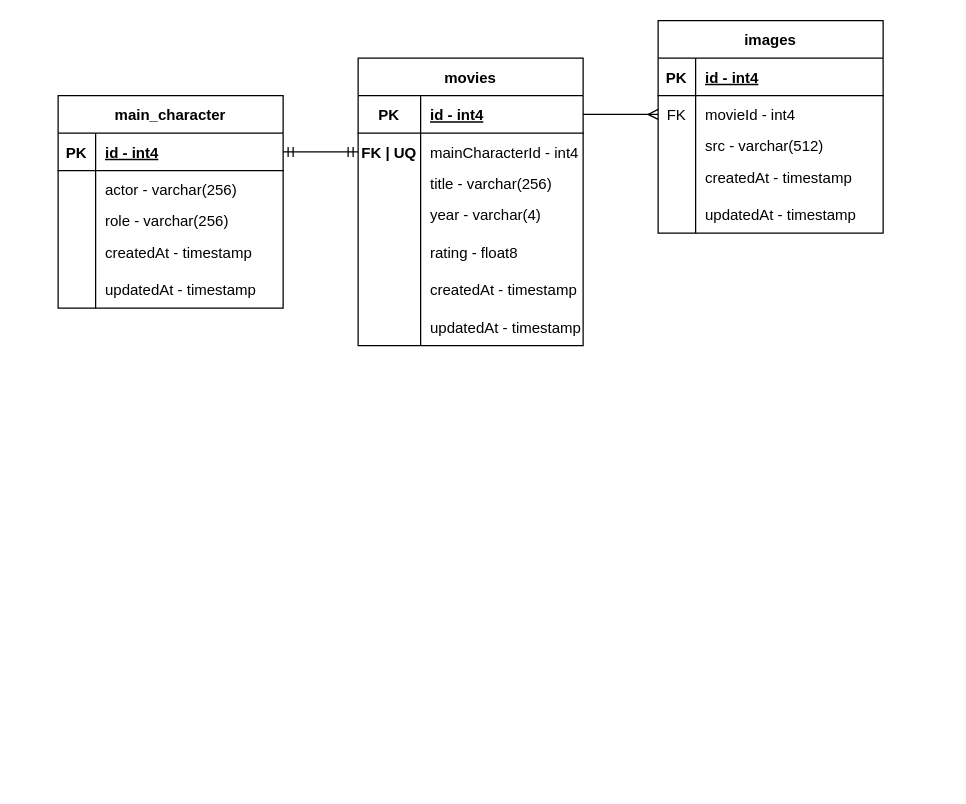
Before: sql/movies-schema.drawio in MatasA-commits/Node-express-server, a draw.io diagram. Source tidied: cells renumbered, new cells numbered last; positions are measured from the earlier drawing's top-left corner, leaving out a move shared by most shapes. Both pictures are drawn from the tidied source at 125%, with x=0, y=0 at pixel (58, 20).
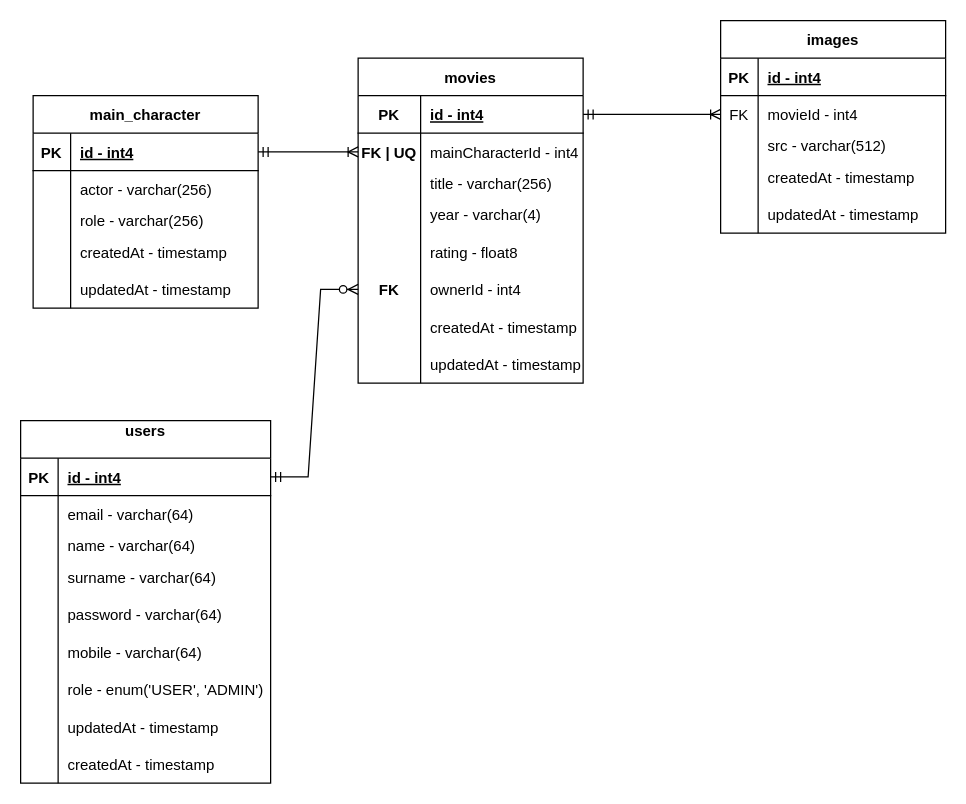
After the change.

Commit message (it also covers changes not shown here):
feat: added users reference to movies

The change refers to these unchanged cells:
```xml
<mxCell id="3" style="shape=tableRow;horizontal=0;startSize=0;swimlaneHead=0;swimlaneBody=0;fillColor=none;points=[[0,0.5],[1,0.5]];portConstraint=eastwest;top=0;left=0;right=0;bottom=1;" parent="2" vertex="1">
  <mxGeometry y="30" width="180" height="30" as="geometry" />
</mxCell>
<mxCell id="22" style="shape=tableRow;horizontal=0;startSize=0;swimlaneHead=0;swimlaneBody=0;fillColor=none;points=[[0,0.5],[1,0.5]];portConstraint=eastwest;top=0;left=0;right=0;bottom=0;" parent="18" vertex="1">
  <mxGeometry y="60" width="180" height="30" as="geometry" />
</mxCell>
<mxCell id="35" style="shape=tableRow;horizontal=0;startSize=0;swimlaneHead=0;swimlaneBody=0;fillColor=none;points=[[0,0.5],[1,0.5]];portConstraint=eastwest;top=0;left=0;right=0;bottom=1;" parent="34" vertex="1">
  <mxGeometry y="30" width="180" height="30" as="geometry" />
</mxCell>
<mxCell id="38" style="shape=tableRow;horizontal=0;startSize=0;swimlaneHead=0;swimlaneBody=0;fillColor=none;points=[[0,0.5],[1,0.5]];portConstraint=eastwest;top=0;left=0;right=0;bottom=0;" parent="34" vertex="1">
  <mxGeometry y="60" width="180" height="30" as="geometry" />
</mxCell>
```

What changed in the source:
```diff
@@
     <mxCell id="2" value="main_character" style="shape=table;startSize=30;childLayout=tableLayout;rowLines=0;fontStyle=1;align=center;" parent="1" vertex="1">
-      <mxGeometry y="60" width="180" height="170" as="geometry" />
+      <mxGeometry x="-20" y="60" width="180" height="170" as="geometry" />
     </mxCell>
@@
     <mxCell id="18" value="images" style="shape=table;startSize=30;childLayout=tableLayout;rowLines=0;fontStyle=1;align=center;" parent="1" vertex="1">
-      <mxGeometry x="480" width="180" height="170" as="geometry" />
+      <mxGeometry x="530" width="180" height="170" as="geometry" />
     </mxCell>
@@
     <mxCell id="34" value="movies" style="shape=table;startSize=30;childLayout=tableLayout;rowLines=0;fontStyle=1;align=center;" parent="1" vertex="1">
-      <mxGeometry x="240" y="30" width="180" height="230" as="geometry" />
+      <mxGeometry x="240" y="30" width="180" height="260" as="geometry" />
     </mxCell>
@@
+    <mxCell id="58" style="shape=tableRow;horizontal=0;startSize=0;swimlaneHead=0;swimlaneBody=0;fillColor=none;points=[[0,0.5],[1,0.5]];portConstraint=eastwest;top=0;left=0;right=0;bottom=0;" parent="34" vertex="1">
+      <mxGeometry y="170" width="180" height="30" as="geometry" />
+    </mxCell>
+    <mxCell id="59" value="FK" style="shape=partialRectangle;fillColor=none;top=0;left=0;bottom=0;right=0;overflow=hidden;fontStyle=1;" parent="58" vertex="1">
+      <mxGeometry width="50" height="30" as="geometry" />
+    </mxCell>
+    <mxCell id="60" value="ownerId - int4" style="shape=partialRectangle;fillColor=none;top=0;left=0;bottom=0;right=0;align=left;spacingLeft=6;overflow=hidden;" parent="58" vertex="1">
+      <mxGeometry x="50" width="130" height="30" as="geometry" />
+    </mxCell>
     <mxCell id="50" style="shape=tableRow;horizontal=0;startSize=0;swimlaneHead=0;swimlaneBody=0;fillColor=none;top=0;left=0;right=0;bottom=0;" parent="34" vertex="1">
-      <mxGeometry y="170" width="180" height="30" as="geometry" />
+      <mxGeometry y="200" width="180" height="30" as="geometry" />
     </mxCell>
@@
     <mxCell id="53" style="shape=tableRow;horizontal=0;startSize=0;swimlaneHead=0;swimlaneBody=0;fillColor=none;top=0;left=0;right=0;bottom=0;" parent="34" vertex="1">
-      <mxGeometry y="200" width="180" height="30" as="geometry" />
+      <mxGeometry y="230" width="180" height="30" as="geometry" />
     </mxCell>
@@
+    <mxCell id="61" value="users&#10;" style="shape=table;startSize=30;childLayout=tableLayout;rowLines=0;fontStyle=1;align=center;" parent="1" vertex="1">
+      <mxGeometry x="-30" y="320" width="200" height="290" as="geometry" />
+    </mxCell>
+    <mxCell id="62" style="shape=tableRow;horizontal=0;startSize=0;swimlaneHead=0;swimlaneBody=0;fillColor=none;points=[[0,0.5],[1,0.5]];portConstraint=eastwest;top=0;left=0;right=0;bottom=1;" parent="61" vertex="1">
+      <mxGeometry y="30" width="200" height="30" as="geometry" />
+    </mxCell>
+    <mxCell id="63" value="PK" style="shape=partialRectangle;fillColor=none;top=0;left=0;bottom=0;right=0;fontStyle=1;overflow=hidden;" parent="62" vertex="1">
+      <mxGeometry width="30" height="30" as="geometry" />
+    </mxCell>
+    <mxCell id="64" value="id - int4" style="shape=partialRectangle;fillColor=none;top=0;left=0;bottom=0;right=0;align=left;spacingLeft=6;fontStyle=5;overflow=hidden;" parent="62" vertex="1">
+      <mxGeometry x="30" width="170" height="30" as="geometry" />
+    </mxCell>
+    <mxCell id="65" style="shape=tableRow;horizontal=0;startSize=0;swimlaneHead=0;swimlaneBody=0;fillColor=none;top=0;left=0;right=0;bottom=0;" parent="61" vertex="1">
+      <mxGeometry y="60" width="200" height="30" as="geometry" />
+    </mxCell>
+    <mxCell id="66" style="shape=partialRectangle;fillColor=none;top=0;left=0;bottom=0;right=0;overflow=hidden;" parent="65" vertex="1">
+      <mxGeometry width="30" height="30" as="geometry" />
+    </mxCell>
+    <mxCell id="67" value="email - varchar(64)" style="shape=partialRectangle;fillColor=none;top=0;left=0;bottom=0;right=0;align=left;spacingLeft=6;overflow=hidden;" parent="65" vertex="1">
+      <mxGeometry x="30" width="170" height="30" as="geometry" />
+    </mxCell>
+    <mxCell id="68" style="shape=tableRow;horizontal=0;startSize=0;swimlaneHead=0;swimlaneBody=0;fillColor=none;top=0;left=0;right=0;bottom=0;" parent="61" vertex="1">
+      <mxGeometry y="90" width="200" height="20" as="geometry" />
+    </mxCell>
+    <mxCell id="69" style="shape=partialRectangle;fillColor=none;top=0;left=0;bottom=0;right=0;overflow=hidden;" parent="68" vertex="1">
+      <mxGeometry width="30" height="20" as="geometry" />
+    </mxCell>
+    <mxCell id="70" value="name - varchar(64)" style="shape=partialRectangle;fillColor=none;top=0;left=0;bottom=0;right=0;align=left;spacingLeft=6;overflow=hidden;" parent="68" vertex="1">
+      <mxGeometry x="30" width="170" height="20" as="geometry" />
+    </mxCell>
+    <mxCell id="71" style="shape=tableRow;horizontal=0;startSize=0;swimlaneHead=0;swimlaneBody=0;fillColor=none;top=0;left=0;right=0;bottom=0;" parent="61" vertex="1">
+      <mxGeometry y="110" width="200" height="30" as="geometry" />
+    </mxCell>
+    <mxCell id="72" style="shape=partialRectangle;fillColor=none;top=0;left=0;bottom=0;right=0;overflow=hidden;" parent="71" vertex="1">
+      <mxGeometry width="30" height="30" as="geometry" />
+    </mxCell>
+    <mxCell id="73" value="surname - varchar(64)" style="shape=partialRectangle;fillColor=none;top=0;left=0;bottom=0;right=0;align=left;spacingLeft=6;overflow=hidden;" parent="71" vertex="1">
+      <mxGeometry x="30" width="170" height="30" as="geometry" />
+    </mxCell>
+    <mxCell id="74" style="shape=tableRow;horizontal=0;startSize=0;swimlaneHead=0;swimlaneBody=0;fillColor=none;top=0;left=0;right=0;bottom=0;" parent="61" vertex="1">
+      <mxGeometry y="140" width="200" height="30" as="geometry" />
+    </mxCell>
+    <mxCell id="75" style="shape=partialRectangle;fillColor=none;top=0;left=0;bottom=0;right=0;overflow=hidden;" parent="74" vertex="1">
+      <mxGeometry width="30" height="30" as="geometry" />
+    </mxCell>
+    <mxCell id="76" value="password - varchar(64)" style="shape=partialRectangle;fillColor=none;top=0;left=0;bottom=0;right=0;align=left;spacingLeft=6;overflow=hidden;" parent="74" vertex="1">
+      <mxGeometry x="30" width="170" height="30" as="geometry" />
+    </mxCell>
+    <mxCell id="77" style="shape=tableRow;horizontal=0;startSize=0;swimlaneHead=0;swimlaneBody=0;fillColor=none;top=0;left=0;right=0;bottom=0;" parent="61" vertex="1">
+      <mxGeometry y="170" width="200" height="30" as="geometry" />
+    </mxCell>
+    <mxCell id="78" style="shape=partialRectangle;fillColor=none;top=0;left=0;bottom=0;right=0;overflow=hidden;" parent="77" vertex="1">
+      <mxGeometry width="30" height="30" as="geometry" />
+    </mxCell>
+    <mxCell id="79" value="mobile - varchar(64)" style="shape=partialRectangle;fillColor=none;top=0;left=0;bottom=0;right=0;align=left;spacingLeft=6;overflow=hidden;" parent="77" vertex="1">
+      <mxGeometry x="30" width="170" height="30" as="geometry" />
+    </mxCell>
+    <mxCell id="80" style="shape=tableRow;horizontal=0;startSize=0;swimlaneHead=0;swimlaneBody=0;fillColor=none;top=0;left=0;right=0;bottom=0;" parent="61" vertex="1">
+      <mxGeometry y="200" width="200" height="30" as="geometry" />
+    </mxCell>
+    <mxCell id="81" style="shape=partialRectangle;fillColor=none;top=0;left=0;bottom=0;right=0;overflow=hidden;" parent="80" vertex="1">
+      <mxGeometry width="30" height="30" as="geometry" />
+    </mxCell>
+    <mxCell id="82" value="role - enum('USER', 'ADMIN')" style="shape=partialRectangle;fillColor=none;top=0;left=0;bottom=0;right=0;align=left;spacingLeft=6;overflow=hidden;" parent="80" vertex="1">
+      <mxGeometry x="30" width="170" height="30" as="geometry" />
+    </mxCell>
+    <mxCell id="83" style="shape=tableRow;horizontal=0;startSize=0;swimlaneHead=0;swimlaneBody=0;fillColor=none;top=0;left=0;right=0;bottom=0;" parent="61" vertex="1">
+      <mxGeometry y="230" width="200" height="30" as="geometry" />
+    </mxCell>
+    <mxCell id="84" style="shape=partialRectangle;fillColor=none;top=0;left=0;bottom=0;right=0;overflow=hidden;" parent="83" vertex="1">
+      <mxGeometry width="30" height="30" as="geometry" />
+    </mxCell>
+    <mxCell id="85" value="updatedAt - timestamp" style="shape=partialRectangle;fillColor=none;top=0;left=0;bottom=0;right=0;align=left;spacingLeft=6;overflow=hidden;" parent="83" vertex="1">
+      <mxGeometry x="30" width="170" height="30" as="geometry" />
+    </mxCell>
+    <mxCell id="86" style="shape=tableRow;horizontal=0;startSize=0;swimlaneHead=0;swimlaneBody=0;fillColor=none;top=0;left=0;right=0;bottom=0;" parent="61" vertex="1">
+      <mxGeometry y="260" width="200" height="30" as="geometry" />
+    </mxCell>
+    <mxCell id="87" style="shape=partialRectangle;fillColor=none;top=0;left=0;bottom=0;right=0;overflow=hidden;" parent="86" vertex="1">
+      <mxGeometry width="30" height="30" as="geometry" />
+    </mxCell>
+    <mxCell id="88" value="createdAt - timestamp" style="shape=partialRectangle;fillColor=none;top=0;left=0;bottom=0;right=0;align=left;spacingLeft=6;overflow=hidden;" parent="86" vertex="1">
+      <mxGeometry x="30" width="170" height="30" as="geometry" />
+    </mxCell>
+    <mxCell id="89" style="edgeStyle=entityRelationEdgeStyle;fontSize=12;html=1;endArrow=ERzeroToMany;startArrow=ERmandOne;rounded=0;exitX=1;exitY=0.5;exitDx=0;exitDy=0;entryX=0;entryY=0.5;entryDx=0;entryDy=0;" parent="1" edge="1" source="62" target="58">
+      <mxGeometry relative="1" as="geometry" />
+    </mxCell>
+    <mxCell id="57" style="edgeStyle=entityRelationEdgeStyle;fontSize=12;html=1;endArrow=ERoneToMany;startArrow=ERmandOne;rounded=0;exitX=1;exitY=0.5;exitDx=0;exitDy=0;entryX=0;entryY=0.5;entryDx=0;entryDy=0;" parent="1" edge="1" source="35" target="22">
+      <mxGeometry relative="1" as="geometry" />
+    </mxCell>
-    <mxCell id="56" style="edgeStyle=entityRelationEdgeStyle;fontSize=12;html=1;endArrow=ERmandOne;startArrow=ERmandOne;rounded=0;entryX=0;entryY=0.5;entryDx=0;entryDy=0;exitX=1;exitY=0.5;exitDx=0;exitDy=0;" parent="1" edge="1" source="3" target="38">
+    <mxCell id="56" style="edgeStyle=entityRelationEdgeStyle;fontSize=12;html=1;endArrow=ERoneToMany;startArrow=ERmandOne;rounded=0;exitX=1;exitY=0.5;exitDx=0;exitDy=0;entryX=0;entryY=0.5;entryDx=0;entryDy=0;" parent="1" edge="1" source="3" target="38">
       <mxGeometry relative="1" as="geometry" />
     </mxCell>
-    <mxCell id="57" style="edgeStyle=entityRelationEdgeStyle;fontSize=12;html=1;endArrow=ERmany;rounded=0;entryX=0;entryY=0.5;entryDx=0;entryDy=0;exitX=1;exitY=0.5;exitDx=0;exitDy=0;" parent="1" edge="1" source="35" target="22">
-      <mxGeometry relative="1" as="geometry" />
-    </mxCell>
```
